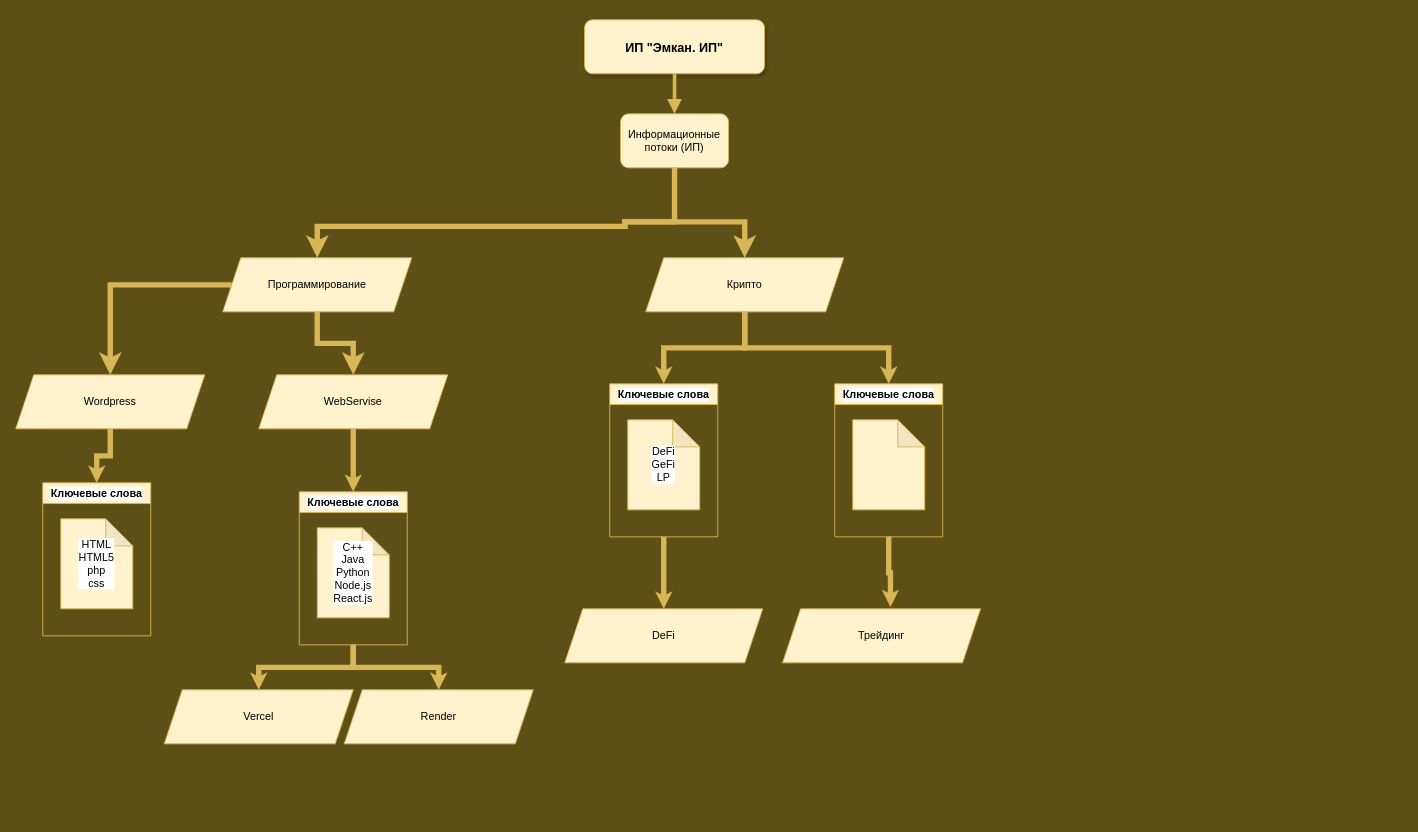
ElvenRivendil/Diagrams_blocks_algoritms keeps this draw.io diagram as Диаграмма без названия.drawio. Above is the earlier version. Source tidied: cells renumbered, new cells numbered last; positions are measured from the earlier drawing's top-left corner, leaving out a move shared by most shapes. Both pictures are drawn from the tidied source at 90%, with x=0, y=0 at pixel (15, 20).
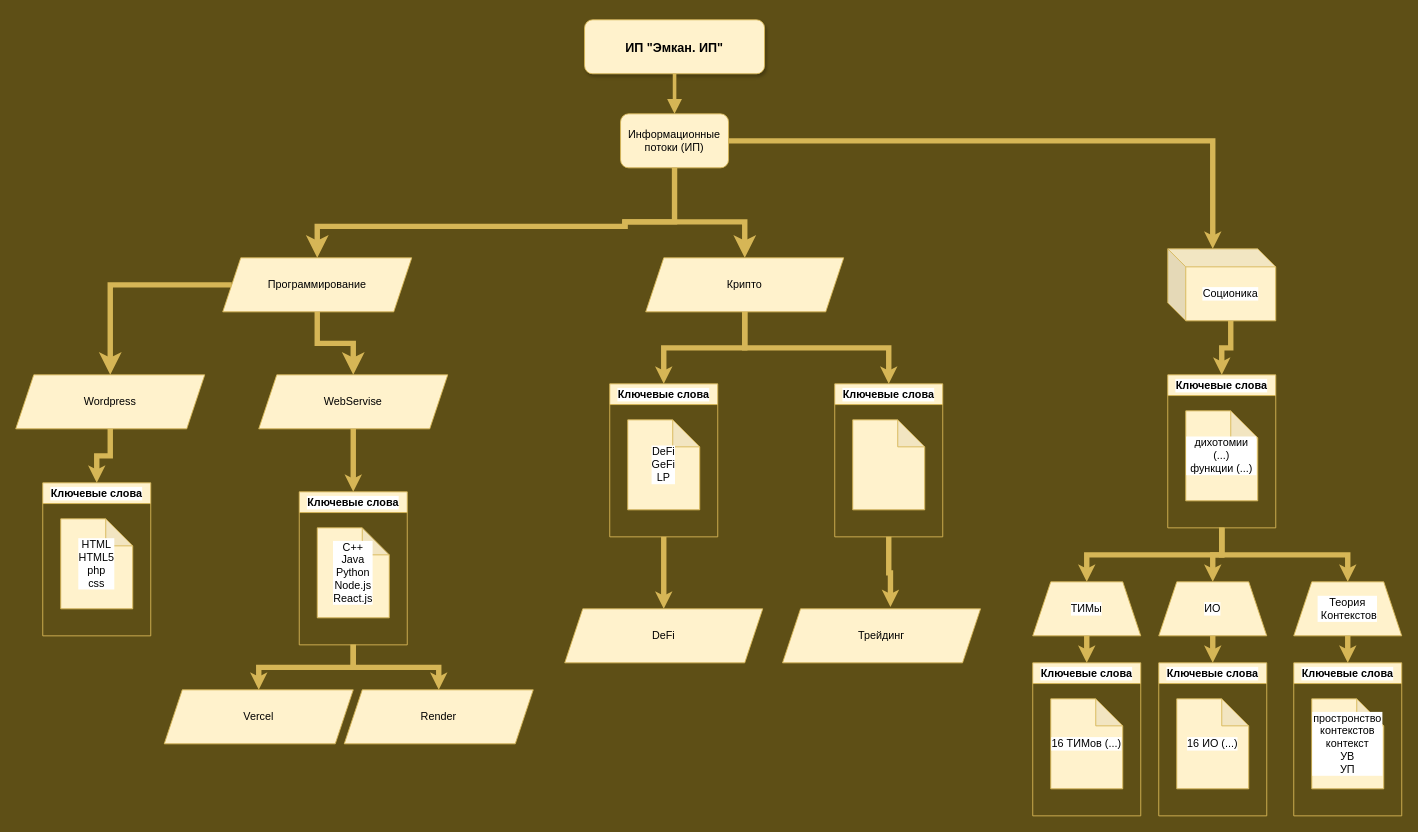
Above is the later version.

Unchanged cells that the change refers to:
```xml
<mxCell id="13" value="Информационные потоки (ИП)" style="rounded=1;whiteSpace=wrap;html=1;strokeColor=#d6b656;fillColor=#fff2cc;labelBackgroundColor=none;" parent="12" vertex="1">
  <mxGeometry width="120" height="60" as="geometry" />
</mxCell>
```

Diff of the diagram source:
```diff
@@
+    <mxCell id="40" style="edgeStyle=orthogonalEdgeStyle;shape=connector;rounded=0;jettySize=auto;html=1;exitX=0;exitY=0;exitDx=70;exitDy=80;exitPerimeter=0;strokeColor=#d6b656;strokeWidth=6;align=center;verticalAlign=middle;fontFamily=Helvetica;fontSize=12;fontColor=default;labelBackgroundColor=default;endArrow=classic;endSize=0;fillColor=#fff2cc;" parent="1" edge="1" source="41" target="59">
+      <mxGeometry relative="1" as="geometry" />
+    </mxCell>
+    <mxCell id="41" value="Соционика" style="shape=cube;whiteSpace=wrap;html=1;boundedLbl=1;backgroundOutline=1;darkOpacity=0.05;darkOpacity2=0.1;strokeColor=#d6b656;align=center;verticalAlign=middle;fontFamily=Helvetica;fontSize=12;fontColor=default;labelBackgroundColor=default;fillColor=#fff2cc;" parent="1" vertex="1">
+      <mxGeometry x="1280" y="254" width="120" height="80" as="geometry" />
+    </mxCell>
+    <mxCell id="42" style="group;" parent="1" vertex="1">
+      <mxGeometry x="1130" y="714" width="120" height="170" as="geometry" />
+    </mxCell>
+    <mxCell id="43" value="16 ТИМов (...)" style="shape=note;whiteSpace=wrap;html=1;backgroundOutline=1;darkOpacity=0.05;strokeColor=#d6b656;align=center;verticalAlign=middle;fontFamily=Helvetica;fontSize=12;fontColor=default;labelBackgroundColor=default;fillColor=#fff2cc;" parent="42" vertex="1">
+      <mxGeometry x="20" y="40" width="80" height="100" as="geometry" />
+    </mxCell>
+    <mxCell id="44" value="Ключевые слова" style="swimlane;whiteSpace=wrap;html=1;strokeColor=#d6b656;align=center;verticalAlign=middle;fontFamily=Helvetica;fontSize=12;fontColor=default;labelBackgroundColor=default;fillColor=#fff2cc;" parent="42" vertex="1">
+      <mxGeometry width="120" height="170" as="geometry" />
+    </mxCell>
+    <mxCell id="45" style="edgeStyle=orthogonalEdgeStyle;shape=connector;rounded=0;jettySize=auto;html=1;exitX=0.5;exitY=1;exitDx=0;exitDy=0;entryX=0.5;entryY=0;entryDx=0;entryDy=0;strokeColor=#d6b656;strokeWidth=6;align=center;verticalAlign=middle;fontFamily=Helvetica;fontSize=12;fontColor=default;labelBackgroundColor=default;endArrow=classic;endSize=0;fillColor=#fff2cc;" parent="1" edge="1" source="46" target="44">
+      <mxGeometry relative="1" as="geometry" />
+    </mxCell>
+    <mxCell id="46" value="ТИМы" style="shape=trapezoid;perimeter=trapezoidPerimeter;whiteSpace=wrap;html=1;fixedSize=1;strokeColor=#d6b656;align=center;verticalAlign=middle;fontFamily=Helvetica;fontSize=12;fontColor=default;labelBackgroundColor=default;fillColor=#fff2cc;" parent="1" vertex="1">
+      <mxGeometry x="1130" y="624" width="120" height="60" as="geometry" />
+    </mxCell>
+    <mxCell id="47" style="edgeStyle=orthogonalEdgeStyle;shape=connector;rounded=0;jettySize=auto;html=1;exitX=0.5;exitY=1;exitDx=0;exitDy=0;entryX=0.5;entryY=0;entryDx=0;entryDy=0;strokeColor=#d6b656;strokeWidth=6;align=center;verticalAlign=middle;fontFamily=Helvetica;fontSize=12;fontColor=default;labelBackgroundColor=default;endArrow=classic;endSize=0;fillColor=#fff2cc;" parent="1" edge="1" source="48" target="56">
+      <mxGeometry relative="1" as="geometry" />
+    </mxCell>
+    <mxCell id="48" value="&lt;div&gt;Теория&lt;/div&gt;&lt;div&gt;&amp;nbsp;Контекстов&lt;/div&gt;" style="shape=trapezoid;perimeter=trapezoidPerimeter;whiteSpace=wrap;html=1;fixedSize=1;strokeColor=#d6b656;align=center;verticalAlign=middle;fontFamily=Helvetica;fontSize=12;fontColor=default;labelBackgroundColor=default;fillColor=#fff2cc;" parent="1" vertex="1">
+      <mxGeometry x="1420" y="624" width="120" height="60" as="geometry" />
+    </mxCell>
+    <mxCell id="49" style="edgeStyle=orthogonalEdgeStyle;shape=connector;rounded=0;jettySize=auto;html=1;exitX=0.5;exitY=1;exitDx=0;exitDy=0;entryX=0.5;entryY=0;entryDx=0;entryDy=0;strokeColor=#d6b656;strokeWidth=6;align=center;verticalAlign=middle;fontFamily=Helvetica;fontSize=12;fontColor=default;labelBackgroundColor=default;endArrow=classic;endSize=0;fillColor=#fff2cc;" parent="1" edge="1" source="50" target="53">
+      <mxGeometry relative="1" as="geometry" />
+    </mxCell>
+    <mxCell id="50" value="ИО" style="shape=trapezoid;perimeter=trapezoidPerimeter;whiteSpace=wrap;html=1;fixedSize=1;strokeColor=#d6b656;align=center;verticalAlign=middle;fontFamily=Helvetica;fontSize=12;fontColor=default;labelBackgroundColor=default;fillColor=#fff2cc;" parent="1" vertex="1">
+      <mxGeometry x="1270" y="624" width="120" height="60" as="geometry" />
+    </mxCell>
+    <mxCell id="51" style="group;" parent="1" vertex="1">
+      <mxGeometry x="1270" y="714" width="120" height="170" as="geometry" />
+    </mxCell>
+    <mxCell id="52" value="16 ИО (...)" style="shape=note;whiteSpace=wrap;html=1;backgroundOutline=1;darkOpacity=0.05;strokeColor=#d6b656;align=center;verticalAlign=middle;fontFamily=Helvetica;fontSize=12;fontColor=default;labelBackgroundColor=default;fillColor=#fff2cc;" parent="51" vertex="1">
+      <mxGeometry x="20" y="40" width="80" height="100" as="geometry" />
+    </mxCell>
+    <mxCell id="53" value="Ключевые слова" style="swimlane;whiteSpace=wrap;html=1;strokeColor=#d6b656;align=center;verticalAlign=middle;fontFamily=Helvetica;fontSize=12;fontColor=default;labelBackgroundColor=default;fillColor=#fff2cc;" parent="51" vertex="1">
+      <mxGeometry width="120" height="170" as="geometry" />
+    </mxCell>
+    <mxCell id="54" style="group;" parent="1" vertex="1">
+      <mxGeometry x="1420" y="714" width="120" height="170" as="geometry" />
+    </mxCell>
+    <mxCell id="55" value="&lt;div&gt;простронство контекстов&lt;/div&gt;&lt;div&gt;контекст&lt;/div&gt;&lt;div&gt;УВ&lt;/div&gt;&lt;div&gt;УП&lt;/div&gt;" style="shape=note;whiteSpace=wrap;html=1;backgroundOutline=1;darkOpacity=0.05;strokeColor=#d6b656;align=center;verticalAlign=middle;fontFamily=Helvetica;fontSize=12;fontColor=default;labelBackgroundColor=default;fillColor=#fff2cc;" parent="54" vertex="1">
+      <mxGeometry x="20" y="40" width="80" height="100" as="geometry" />
+    </mxCell>
+    <mxCell id="56" value="Ключевые слова" style="swimlane;whiteSpace=wrap;html=1;strokeColor=#d6b656;align=center;verticalAlign=middle;fontFamily=Helvetica;fontSize=12;fontColor=default;labelBackgroundColor=default;fillColor=#fff2cc;" parent="54" vertex="1">
+      <mxGeometry width="120" height="170" as="geometry" />
+    </mxCell>
+    <mxCell id="57" style="group;" parent="1" vertex="1">
+      <mxGeometry x="1280" y="394" width="120" height="170" as="geometry" />
+    </mxCell>
+    <mxCell id="58" value="&lt;div&gt;дихотомии (...)&lt;/div&gt;&lt;div&gt;функции (...)&lt;/div&gt;" style="shape=note;whiteSpace=wrap;html=1;backgroundOutline=1;darkOpacity=0.05;strokeColor=#d6b656;align=center;verticalAlign=middle;fontFamily=Helvetica;fontSize=12;fontColor=default;labelBackgroundColor=default;fillColor=#fff2cc;" parent="57" vertex="1">
+      <mxGeometry x="20" y="40" width="80" height="100" as="geometry" />
+    </mxCell>
+    <mxCell id="59" value="Ключевые слова" style="swimlane;whiteSpace=wrap;html=1;strokeColor=#d6b656;align=center;verticalAlign=middle;fontFamily=Helvetica;fontSize=12;fontColor=default;labelBackgroundColor=default;fillColor=#fff2cc;" parent="57" vertex="1">
+      <mxGeometry width="120" height="170" as="geometry" />
+    </mxCell>
+    <mxCell id="60" style="edgeStyle=orthogonalEdgeStyle;shape=connector;rounded=0;jettySize=auto;html=1;exitX=0.5;exitY=1;exitDx=0;exitDy=0;entryX=0.5;entryY=0;entryDx=0;entryDy=0;strokeColor=#d6b656;strokeWidth=6;align=center;verticalAlign=middle;fontFamily=Helvetica;fontSize=12;fontColor=default;labelBackgroundColor=default;endArrow=classic;endSize=0;fillColor=#fff2cc;" parent="1" edge="1" source="59" target="46">
+      <mxGeometry relative="1" as="geometry" />
+    </mxCell>
+    <mxCell id="61" style="edgeStyle=orthogonalEdgeStyle;shape=connector;rounded=0;jettySize=auto;html=1;exitX=0.5;exitY=1;exitDx=0;exitDy=0;strokeColor=#d6b656;strokeWidth=6;align=center;verticalAlign=middle;fontFamily=Helvetica;fontSize=12;fontColor=default;labelBackgroundColor=default;endArrow=classic;endSize=0;fillColor=#fff2cc;" parent="1" edge="1" source="59" target="50">
+      <mxGeometry relative="1" as="geometry" />
+    </mxCell>
+    <mxCell id="62" style="edgeStyle=orthogonalEdgeStyle;shape=connector;rounded=0;jettySize=auto;html=1;exitX=0.5;exitY=1;exitDx=0;exitDy=0;strokeColor=#d6b656;strokeWidth=6;align=center;verticalAlign=middle;fontFamily=Helvetica;fontSize=12;fontColor=default;labelBackgroundColor=default;endArrow=classic;endSize=0;fillColor=#fff2cc;" parent="1" edge="1" source="59" target="48">
+      <mxGeometry relative="1" as="geometry" />
+    </mxCell>
+    <mxCell id="63" style="edgeStyle=orthogonalEdgeStyle;shape=connector;rounded=0;jettySize=auto;html=1;exitX=1;exitY=0.5;exitDx=0;exitDy=0;strokeColor=#d6b656;strokeWidth=6;align=center;verticalAlign=middle;fontFamily=Helvetica;fontSize=12;fontColor=default;labelBackgroundColor=default;endArrow=classic;endSize=0;fillColor=#fff2cc;entryX=0;entryY=0;entryDx=50;entryDy=0;entryPerimeter=0;" parent="1" edge="1" source="13" target="41">
+      <mxGeometry relative="1" as="geometry" />
+    </mxCell>
```
